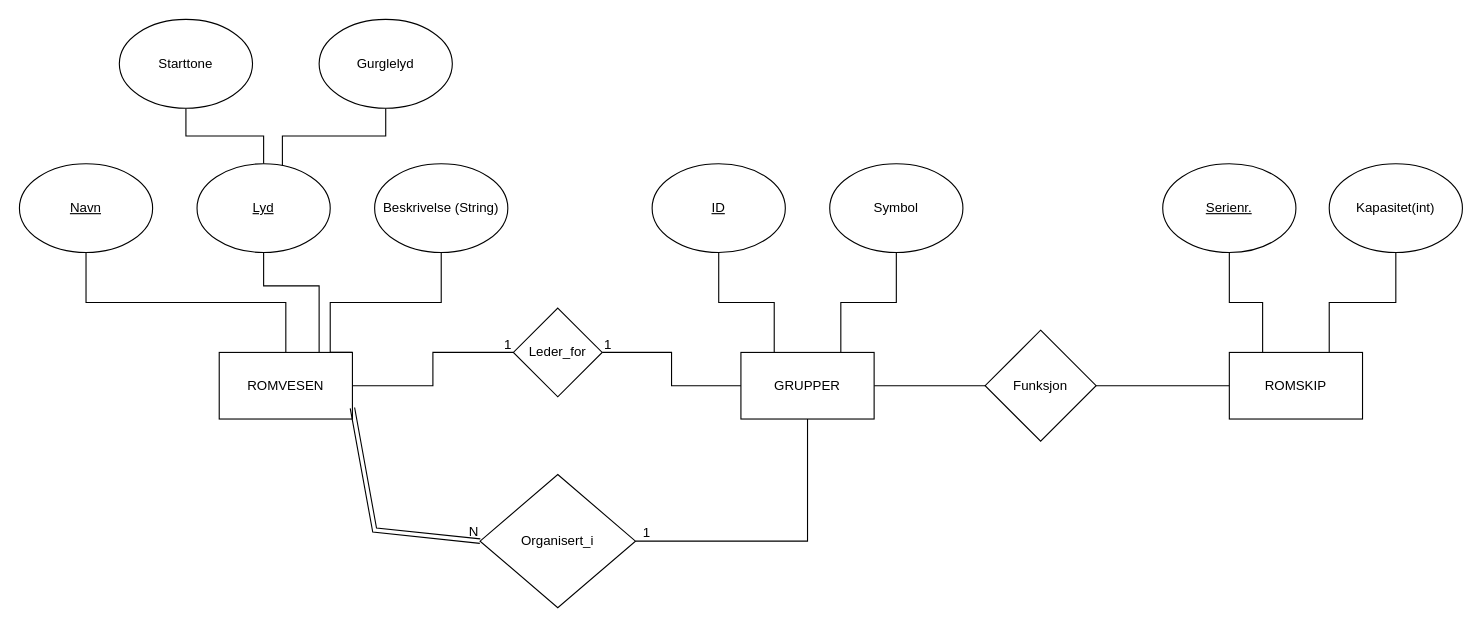
Above: Huff_alians.drawio in Hakonovrebo/Trix (draw.io), before the change. Source tidied: cells renumbered, new cells numbered last; positions are measured from the earlier drawing's top-left corner, leaving out a move shared by most shapes. Both pictures are drawn from the tidied source at 111%, with x=0, y=0 at pixel (19, 19).
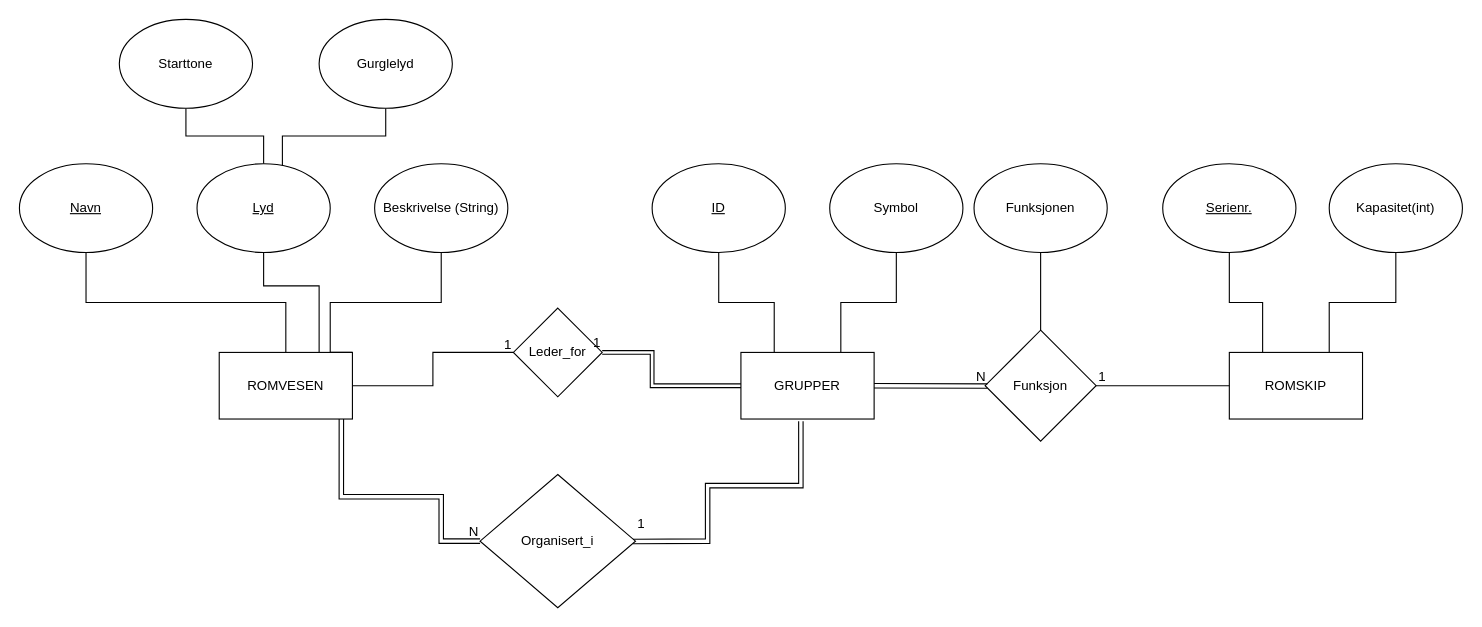
The same page after the edit.

The change refers to these unchanged cells:
```xml
<mxCell id="6" value="ROMVESEN" style="rounded=0;whiteSpace=wrap;html=1;" parent="1" vertex="1">
  <mxGeometry x="180" y="300" width="120" height="60" as="geometry" />
</mxCell>
<mxCell id="15" value="Organisert_i" style="rhombus;whiteSpace=wrap;html=1;rounded=0;" parent="1" vertex="1">
  <mxGeometry x="415" y="410" width="140" height="120" as="geometry" />
</mxCell>
<mxCell id="19" value="GRUPPER" style="whiteSpace=wrap;html=1;rounded=0;" parent="1" vertex="1">
  <mxGeometry x="650" y="300" width="120" height="60" as="geometry" />
</mxCell>
<mxCell id="22" value="Leder_for" style="rhombus;whiteSpace=wrap;html=1;" parent="1" vertex="1">
  <mxGeometry x="445" y="260" width="80" height="80" as="geometry" />
</mxCell>
<mxCell id="26" value="Funksjon" style="rhombus;whiteSpace=wrap;html=1;rounded=0;" parent="1" vertex="1">
  <mxGeometry x="870" y="280" width="100" height="100" as="geometry" />
</mxCell>
<mxCell id="29" value="ROMSKIP" style="whiteSpace=wrap;html=1;rounded=0;" parent="1" vertex="1">
  <mxGeometry x="1090" y="300" width="120" height="60" as="geometry" />
</mxCell>
```

Change to the diagram source:
```diff
@@
-    <mxCell id="14" style="edgeStyle=orthogonalEdgeStyle;rounded=0;jettySize=auto;html=1;endArrow=none;endFill=0;" parent="1" edge="1" source="15" target="19">
-      <mxGeometry relative="1" as="geometry" />
-    </mxCell>
@@
-    <mxCell id="16" style="edgeStyle=orthogonalEdgeStyle;rounded=0;jettySize=auto;html=1;exitX=1;exitY=0.5;exitDx=0;exitDy=0;endArrow=none;endFill=0;" parent="1" edge="1" source="19" target="26">
-      <mxGeometry relative="1" as="geometry" />
-    </mxCell>
@@
     <mxCell id="20" value="1" style="text;html=1;align=center;verticalAlign=middle;points=[];strokeColor=none;fillColor=none;" parent="1" vertex="1">
-      <mxGeometry x="550" y="448" width="30" height="30" as="geometry" />
+      <mxGeometry x="545" y="440" width="30" height="30" as="geometry" />
     </mxCell>
-    <mxCell id="21" style="edgeStyle=orthogonalEdgeStyle;rounded=0;jettySize=auto;html=1;exitX=1;exitY=0.5;exitDx=0;exitDy=0;entryX=0;entryY=0.5;entryDx=0;entryDy=0;endArrow=none;endFill=0;" parent="1" edge="1" source="22" target="19">
-      <mxGeometry relative="1" as="geometry" />
-    </mxCell>
@@
-    <mxCell id="23" value="1" style="text;html=1;align=center;verticalAlign=middle;strokeColor=none;fillColor=none;" parent="1" vertex="1">
-      <mxGeometry x="515" y="278" width="30" height="30" as="geometry" />
-    </mxCell>
@@
-    <mxCell id="25" style="edgeStyle=orthogonalEdgeStyle;rounded=0;jettySize=auto;html=1;exitX=1;exitY=0.5;exitDx=0;exitDy=0;entryX=0;entryY=0.5;entryDx=0;entryDy=0;endArrow=none;endFill=0;" parent="1" edge="1" source="26" target="29">
-      <mxGeometry relative="1" as="geometry" />
-    </mxCell>
+    <mxCell id="36" style="edgeStyle=orthogonalEdgeStyle;rounded=0;jettySize=auto;html=1;endArrow=none;endFill=0;" parent="1" edge="1" source="26" target="41">
+      <mxGeometry relative="1" as="geometry" />
+    </mxCell>
@@
-    <mxCell id="34" style="shape=link;html=1;rounded=0;entryX=0;entryY=0.5;entryDx=0;entryDy=0;" parent="1" edge="1" target="15">
+    <mxCell id="34" style="shape=link;html=1;rounded=0;entryX=0;entryY=0.5;entryDx=0;entryDy=0;exitX=0.917;exitY=1;exitDx=0;exitDy=0;exitPerimeter=0;" parent="1" edge="1" source="6" target="15">
       <mxGeometry relative="1" as="geometry">
-        <mxPoint x="300" y="350" as="sourcePoint" />
         <Array as="points">
-          <mxPoint x="320" y="460" />
+          <mxPoint x="290" y="430" />
+          <mxPoint x="380" y="430" />
+          <mxPoint x="380" y="470" />
         </Array>
       </mxGeometry>
     </mxCell>
@@
+    <mxCell id="37" style="shape=link;html=1;rounded=0;exitX=0.45;exitY=1.033;exitDx=0;exitDy=0;exitPerimeter=0;entryX=0.259;entryY=1.012;entryDx=0;entryDy=0;entryPerimeter=0;" parent="1" edge="1" source="19" target="20">
+      <mxGeometry relative="1" as="geometry">
+        <Array as="points">
+          <mxPoint x="704" y="420" />
+          <mxPoint x="620" y="420" />
+          <mxPoint x="620" y="470" />
+        </Array>
+      </mxGeometry>
+    </mxCell>
+    <mxCell id="38" style="html=1;whiteSpace=wrap;align=right;verticalAlign=bottom;" parent="37" vertex="1">
+      <mxGeometry x="1" relative="1" as="geometry" />
+    </mxCell>
+    <mxCell id="39" style="shape=link;html=1;rounded=0;entryX=1;entryY=0.5;entryDx=0;entryDy=0;exitX=0;exitY=0.5;exitDx=0;exitDy=0;width=3.333333333333334;" parent="1" edge="1" source="19" target="22">
+      <mxGeometry relative="1" as="geometry">
+        <Array as="points">
+          <mxPoint x="570" y="330" />
+          <mxPoint x="570" y="300" />
+        </Array>
+      </mxGeometry>
+    </mxCell>
+    <mxCell id="40" value="1" style="html=1;whiteSpace=wrap;align=right;verticalAlign=bottom;" parent="39" vertex="1">
+      <mxGeometry x="1" relative="1" as="geometry" />
+    </mxCell>
+    <mxCell id="41" value="Funksjonen" style="ellipse;whiteSpace=wrap;html=1;rounded=0;" parent="1" vertex="1">
+      <mxGeometry x="860" y="130" width="120" height="80" as="geometry" />
+    </mxCell>
+    <mxCell id="42" style="endArrow=none;html=1;rounded=0;entryX=1;entryY=0.5;entryDx=0;entryDy=0;exitX=0;exitY=0.5;exitDx=0;exitDy=0;" parent="1" edge="1" source="29" target="26">
+      <mxGeometry relative="1" as="geometry" />
+    </mxCell>
+    <mxCell id="43" value="1" style="html=1;whiteSpace=wrap;align=right;verticalAlign=bottom;" parent="42" vertex="1">
+      <mxGeometry x="1" relative="1" as="geometry">
+        <mxPoint x="10" as="offset" />
+      </mxGeometry>
+    </mxCell>
+    <mxCell id="16" style="shape=link;html=1;rounded=0;exitX=1;exitY=0.5;exitDx=0;exitDy=0;entryX=0.021;entryY=0.503;entryDx=0;entryDy=0;entryPerimeter=0;" parent="1" edge="1" source="19" target="26">
+      <mxGeometry relative="1" as="geometry" />
+    </mxCell>
+    <mxCell id="44" value="N" style="html=1;whiteSpace=wrap;align=right;verticalAlign=bottom;" parent="16" vertex="1">
+      <mxGeometry x="1" relative="1" as="geometry" />
+    </mxCell>
```
